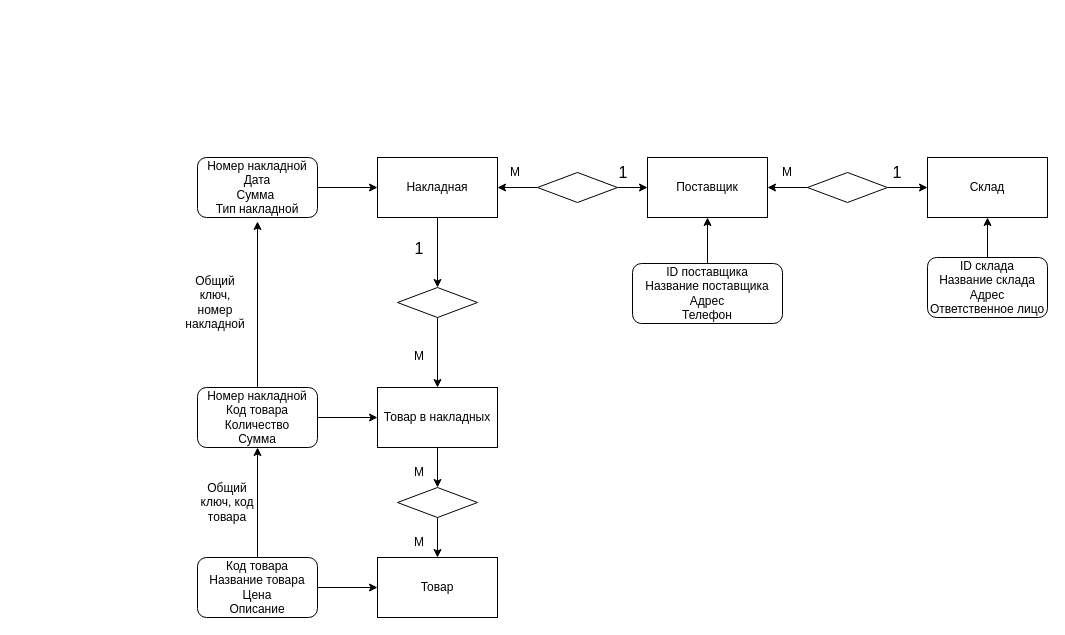
dulumdomdom/bd2024 keeps this draw.io diagram as Диаграмма без названия.drawio. Above is the earlier version. Source tidied: cells renumbered, new cells numbered last; positions are measured from the earlier drawing's top-left corner, leaving out a move shared by most shapes. Both pictures are drawn from the tidied source at 100%, with x=0, y=0 at pixel (185, 157).
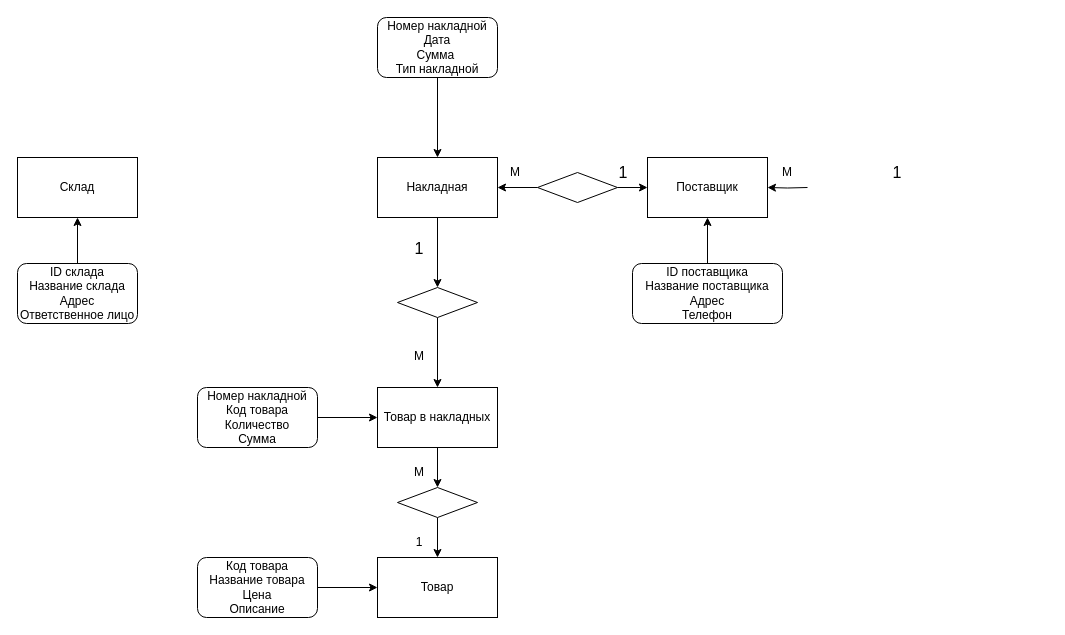
The same page after the edit.

The change refers to these unchanged cells:
```xml
<mxCell id="8" value="Поставщик" style="rounded=0;whiteSpace=wrap;html=1;" parent="1" vertex="1">
  <mxGeometry x="462" width="120" height="60" as="geometry" />
</mxCell>
<mxCell id="34" value="Номер накладной&lt;br&gt;Код товара&lt;br&gt;Количество&lt;br&gt;Сумма" style="rounded=1;whiteSpace=wrap;html=1;" parent="1" vertex="1">
  <mxGeometry x="12" y="230" width="120" height="60" as="geometry" />
</mxCell>
<mxCell id="39" value="Код товара&lt;br&gt;Название товара&lt;br&gt;Цена&lt;br&gt;Описание" style="rounded=1;whiteSpace=wrap;html=1;" parent="1" vertex="1">
  <mxGeometry x="12" y="400" width="120" height="60" as="geometry" />
</mxCell>
```

The edit, as a diff of the source:
```diff
@@
     <mxCell id="7" value="Склад" style="rounded=0;whiteSpace=wrap;html=1;" parent="1" vertex="1">
-      <mxGeometry x="742" width="120" height="60" as="geometry" />
+      <mxGeometry x="-168" width="120" height="60" as="geometry" />
     </mxCell>
@@
-    <mxCell id="9" style="edgeStyle=orthogonalEdgeStyle;rounded=0;jettySize=auto;html=1;entryX=0;entryY=0.5;entryDx=0;entryDy=0;" parent="1" edge="1" source="11" target="7">
-      <mxGeometry relative="1" as="geometry" />
-    </mxCell>
-    <mxCell id="10" style="edgeStyle=orthogonalEdgeStyle;rounded=0;jettySize=auto;html=1;entryX=1;entryY=0.5;entryDx=0;entryDy=0;" parent="1" edge="1" source="11" target="8">
-      <mxGeometry relative="1" as="geometry" />
+    <mxCell id="10" style="edgeStyle=orthogonalEdgeStyle;rounded=0;jettySize=auto;html=1;entryX=1;entryY=0.5;entryDx=0;entryDy=0;" parent="1" edge="1" target="8">
+      <mxGeometry relative="1" as="geometry">
+        <mxPoint x="622" y="30" as="sourcePoint" />
+      </mxGeometry>
     </mxCell>
-    <mxCell id="11" style="rhombus;whiteSpace=wrap;html=1;" parent="1" vertex="1">
-      <mxGeometry x="622" y="15" width="80" height="30" as="geometry" />
-    </mxCell>
@@
-    <mxCell id="27" value="М" style="text;html=1;strokeColor=none;fillColor=none;align=center;verticalAlign=middle;whiteSpace=wrap;rounded=0;" parent="1" vertex="1">
+    <mxCell id="27" value="1" style="text;html=1;strokeColor=none;fillColor=none;align=center;verticalAlign=middle;whiteSpace=wrap;rounded=0;" parent="1" vertex="1">
       <mxGeometry x="204" y="370" width="60" height="30" as="geometry" />
     </mxCell>
@@
     <mxCell id="29" value="ID склада&lt;br&gt;Название склада&lt;br&gt;Адрес&lt;br&gt;Ответственное лицо" style="rounded=1;whiteSpace=wrap;html=1;" parent="1" vertex="1">
-      <mxGeometry x="742" y="100" width="120" height="60" as="geometry" />
+      <mxGeometry x="-168" y="106" width="120" height="60" as="geometry" />
     </mxCell>
@@
-    <mxCell id="33" style="edgeStyle=orthogonalEdgeStyle;rounded=0;jettySize=auto;html=1;" parent="1" edge="1" source="34">
-      <mxGeometry relative="1" as="geometry">
-        <mxPoint x="72" y="64" as="targetPoint" />
-      </mxGeometry>
-    </mxCell>
@@
     <mxCell id="36" value="Номер накладной&lt;br&gt;Дата&lt;br&gt;Сумма&amp;nbsp;&lt;br&gt;Тип накладной" style="rounded=1;whiteSpace=wrap;html=1;" parent="1" vertex="1">
-      <mxGeometry x="12" width="120" height="60" as="geometry" />
+      <mxGeometry x="192" y="-140" width="120" height="60" as="geometry" />
     </mxCell>
@@
-    <mxCell id="38" style="edgeStyle=orthogonalEdgeStyle;rounded=0;jettySize=auto;html=1;entryX=0.5;entryY=1;entryDx=0;entryDy=0;" parent="1" edge="1" source="39" target="34">
-      <mxGeometry relative="1" as="geometry" />
-    </mxCell>
@@
-    <mxCell id="40" value="Общий ключ, код товара" style="text;html=1;align=center;verticalAlign=middle;whiteSpace=wrap;rounded=0;" parent="1" vertex="1">
-      <mxGeometry x="12" y="330" width="60" height="30" as="geometry" />
-    </mxCell>
-    <mxCell id="41" value="Общий ключ, номер накладной" style="text;html=1;align=center;verticalAlign=middle;whiteSpace=wrap;rounded=0;" parent="1" vertex="1">
-      <mxGeometry y="130" width="60" height="30" as="geometry" />
-    </mxCell>
```
